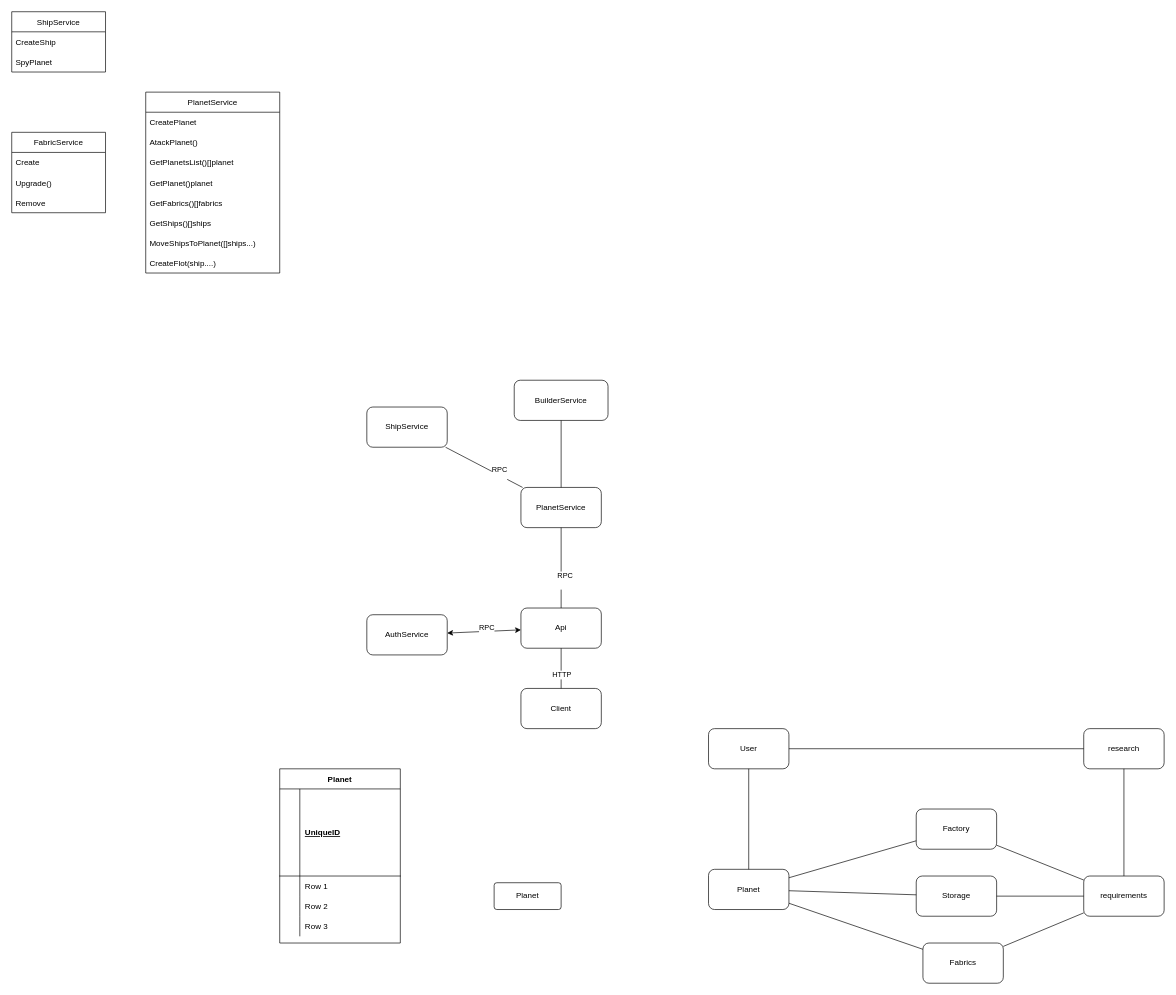
This is ogame.drawio from DarkReduX/Diagrams-for-projects, a draw.io file, before an edit. Source tidied: cells renumbered, new cells numbered last; positions are measured from the earlier drawing's top-left corner, leaving out a move shared by most shapes. Both pictures are drawn from the tidied source at 67%, with x=0, y=0 at pixel (11, 11).
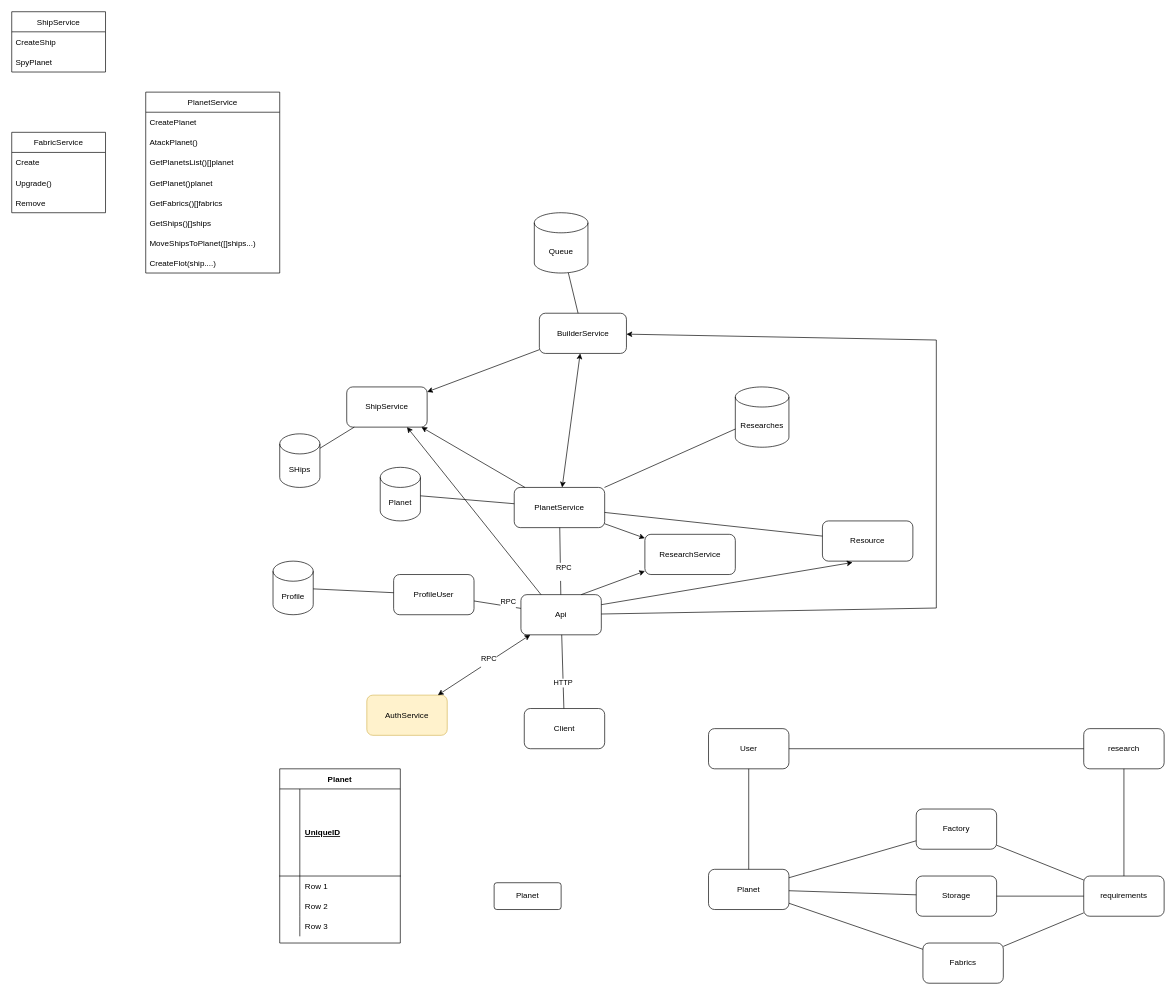
The same page after the edit.

What changed in the source:
```diff
@@
-    <mxCell id="2" value="AuthService" style="rounded=1;whiteSpace=wrap;html=1;" parent="1" vertex="1">
-      <mxGeometry x="530" y="900" width="120" height="60" as="geometry" />
+    <mxCell id="2" value="AuthService" style="rounded=1;whiteSpace=wrap;html=1;fillColor=#fff2cc;strokeColor=#d6b656;" parent="1" vertex="1">
+      <mxGeometry x="530" y="1020" width="120" height="60" as="geometry" />
     </mxCell>
     <mxCell id="3" value="Api" style="rounded=1;whiteSpace=wrap;html=1;" parent="1" vertex="1">
-      <mxGeometry x="760" y="890" width="120" height="60" as="geometry" />
+      <mxGeometry x="760" y="870" width="120" height="60" as="geometry" />
     </mxCell>
@@
     <mxCell id="6" value="PlanetService" style="rounded=1;whiteSpace=wrap;html=1;" parent="1" vertex="1">
-      <mxGeometry x="760" y="710" width="120" height="60" as="geometry" />
+      <mxGeometry x="750" y="710" width="135" height="60" as="geometry" />
     </mxCell>
     <mxCell id="7" value="ShipService" style="rounded=1;whiteSpace=wrap;html=1;" parent="1" vertex="1">
-      <mxGeometry x="530" y="590" width="120" height="60" as="geometry" />
+      <mxGeometry x="500" y="560" width="120" height="60" as="geometry" />
     </mxCell>
     <mxCell id="8" value="&lt;div&gt;BuilderService&lt;/div&gt;" style="rounded=1;whiteSpace=wrap;html=1;direction=south;" parent="1" vertex="1">
-      <mxGeometry x="750" y="550" width="140" height="60" as="geometry" />
+      <mxGeometry x="787.5" y="450" width="130" height="60" as="geometry" />
     </mxCell>
     <mxCell id="9" value="Client" style="rounded=1;whiteSpace=wrap;html=1;" parent="1" vertex="1">
-      <mxGeometry x="760" y="1010" width="120" height="60" as="geometry" />
+      <mxGeometry x="765" y="1040" width="120" height="60" as="geometry" />
     </mxCell>
@@
-    <mxCell id="12" style="endArrow=none;html=1;rounded=0;" parent="1" edge="1" source="8" target="6">
-      <mxGeometry relative="1" as="geometry" />
-    </mxCell>
@@
-    <mxCell id="15" style="endArrow=none;html=1;rounded=0;" parent="1" edge="1" source="6" target="7">
-      <mxGeometry relative="1" as="geometry" />
-    </mxCell>
-    <mxCell id="16" value="&lt;div&gt;RPC&lt;/div&gt;&lt;div&gt;&lt;br&gt;&lt;/div&gt;" style="edgeLabel;html=1;align=center;verticalAlign=middle;" parent="15" vertex="1">
-      <mxGeometry x="-0.3" relative="1" as="geometry">
-        <mxPoint x="5" as="offset" />
-      </mxGeometry>
-    </mxCell>
@@
+    <mxCell id="63" value="&lt;div&gt;SHips&lt;/div&gt;" style="shape=cylinder3;whiteSpace=wrap;html=1;boundedLbl=1;backgroundOutline=1;size=15;" parent="1" vertex="1">
+      <mxGeometry x="400" y="630" width="60" height="80" as="geometry" />
+    </mxCell>
+    <mxCell id="64" value="Planet" style="shape=cylinder3;whiteSpace=wrap;html=1;boundedLbl=1;backgroundOutline=1;size=15;" parent="1" vertex="1">
+      <mxGeometry x="550" y="680" width="60" height="80" as="geometry" />
+    </mxCell>
+    <mxCell id="65" style="endArrow=none;html=1;rounded=0;" parent="1" edge="1" source="7" target="63">
+      <mxGeometry relative="1" as="geometry" />
+    </mxCell>
+    <mxCell id="66" style="endArrow=none;html=1;rounded=0;" parent="1" edge="1" source="6" target="64">
+      <mxGeometry relative="1" as="geometry" />
+    </mxCell>
+    <mxCell id="67" value="Queue" style="shape=cylinder3;whiteSpace=wrap;html=1;boundedLbl=1;backgroundOutline=1;size=15;" parent="1" vertex="1">
+      <mxGeometry x="780" y="300" width="80" height="90" as="geometry" />
+    </mxCell>
+    <mxCell id="68" style="endArrow=none;html=1;rounded=0;" parent="1" edge="1" source="67" target="8">
+      <mxGeometry relative="1" as="geometry" />
+    </mxCell>
+    <mxCell id="69" style="endArrow=classic;html=1;rounded=0;" parent="1" edge="1" source="8" target="7">
+      <mxGeometry relative="1" as="geometry" />
+    </mxCell>
+    <mxCell id="15" style="endArrow=classic;html=1;rounded=0;" parent="1" edge="1" source="6" target="7">
+      <mxGeometry relative="1" as="geometry" />
+    </mxCell>
+    <mxCell id="70" style="endArrow=classic;startArrow=classic;html=1;rounded=0;" parent="1" edge="1" source="6" target="8">
+      <mxGeometry relative="1" as="geometry" />
+    </mxCell>
+    <mxCell id="71" value="Resource" style="rounded=1;whiteSpace=wrap;html=1;" parent="1" vertex="1">
+      <mxGeometry x="1210" y="760" width="135" height="60" as="geometry" />
+    </mxCell>
+    <mxCell id="72" style="endArrow=none;html=1;rounded=0;" parent="1" edge="1" source="71" target="6">
+      <mxGeometry relative="1" as="geometry" />
+    </mxCell>
+    <mxCell id="73" value="ProfileUser" style="rounded=1;whiteSpace=wrap;html=1;" parent="1" vertex="1">
+      <mxGeometry x="570" y="840" width="120" height="60" as="geometry" />
+    </mxCell>
+    <mxCell id="74" style="endArrow=none;html=1;rounded=0;" parent="1" edge="1" source="3" target="73">
+      <mxGeometry relative="1" as="geometry" />
+    </mxCell>
+    <mxCell id="16" value="&lt;div&gt;RPC&lt;/div&gt;&lt;div&gt;&lt;br&gt;&lt;/div&gt;" style="edgeLabel;html=1;align=center;verticalAlign=middle;" parent="74" vertex="1">
+      <mxGeometry x="-0.3" relative="1" as="geometry">
+        <mxPoint x="5" as="offset" />
+      </mxGeometry>
+    </mxCell>
+    <mxCell id="75" value="Profile" style="shape=cylinder3;whiteSpace=wrap;html=1;boundedLbl=1;backgroundOutline=1;size=15;" parent="1" vertex="1">
+      <mxGeometry x="390" y="820" width="60" height="80" as="geometry" />
+    </mxCell>
+    <mxCell id="76" style="endArrow=none;html=1;rounded=0;" parent="1" edge="1" source="73" target="75">
+      <mxGeometry relative="1" as="geometry" />
+    </mxCell>
+    <mxCell id="77" value="ResearchService" style="rounded=1;whiteSpace=wrap;html=1;" parent="1" vertex="1">
+      <mxGeometry x="945" y="780" width="135" height="60" as="geometry" />
+    </mxCell>
+    <mxCell id="78" value="Researches" style="shape=cylinder3;whiteSpace=wrap;html=1;boundedLbl=1;backgroundOutline=1;size=15;" parent="1" vertex="1">
+      <mxGeometry x="1080" y="560" width="80" height="90" as="geometry" />
+    </mxCell>
+    <mxCell id="79" style="endArrow=none;html=1;rounded=0;" parent="1" edge="1" source="78" target="6">
+      <mxGeometry relative="1" as="geometry" />
+    </mxCell>
+    <mxCell id="80" style="endArrow=classic;html=1;rounded=0;" parent="1" edge="1" source="6" target="77">
+      <mxGeometry relative="1" as="geometry" />
+    </mxCell>
+    <mxCell id="81" style="endArrow=classic;html=1;rounded=0;exitX=1;exitY=0.25;exitDx=0;exitDy=0;entryX=0.333;entryY=1.033;entryDx=0;entryDy=0;entryPerimeter=0;" parent="1" edge="1" source="3" target="71">
+      <mxGeometry relative="1" as="geometry" />
+    </mxCell>
+    <mxCell id="82" style="endArrow=classic;html=1;rounded=0;exitX=0.75;exitY=0;exitDx=0;exitDy=0;" parent="1" edge="1" source="3" target="77">
+      <mxGeometry relative="1" as="geometry" />
+    </mxCell>
+    <mxCell id="83" style="endArrow=classic;html=1;rounded=0;exitX=0.25;exitY=0;exitDx=0;exitDy=0;entryX=0.75;entryY=1;entryDx=0;entryDy=0;" parent="1" edge="1" source="3" target="7">
+      <mxGeometry relative="1" as="geometry" />
+    </mxCell>
+    <mxCell id="84" style="endArrow=classic;html=1;rounded=0;" parent="1" edge="1" source="3" target="8">
+      <mxGeometry relative="1" as="geometry">
+        <Array as="points">
+          <mxPoint x="1380" y="890" />
+          <mxPoint x="1380" y="490" />
+        </Array>
+      </mxGeometry>
+    </mxCell>
```
